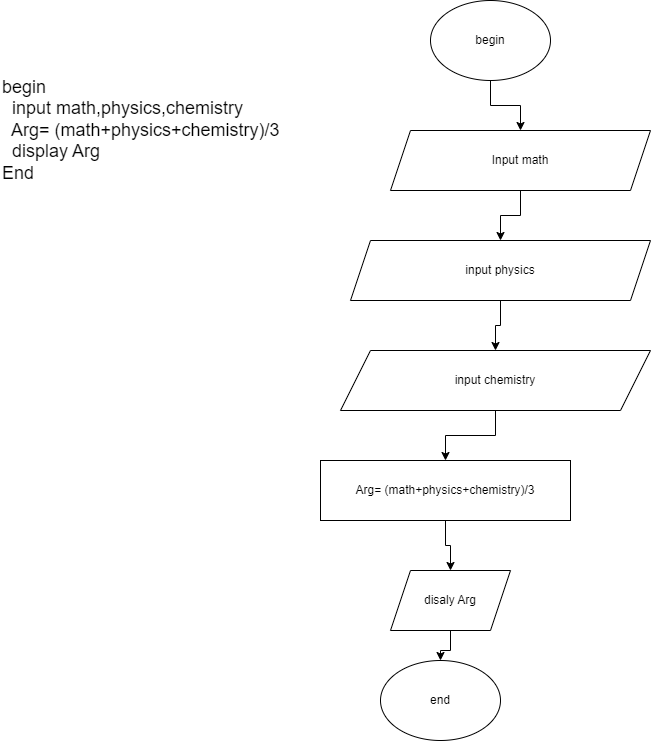
The draw.io diagram Biểu đồ không có tiêu đề.drawio.png in anhtoan1210/lequangtoan, before a commit. Source tidied: cells renumbered, new cells last; positions are measured from the earlier drawing's top-left corner, leaving out a move shared by most shapes.
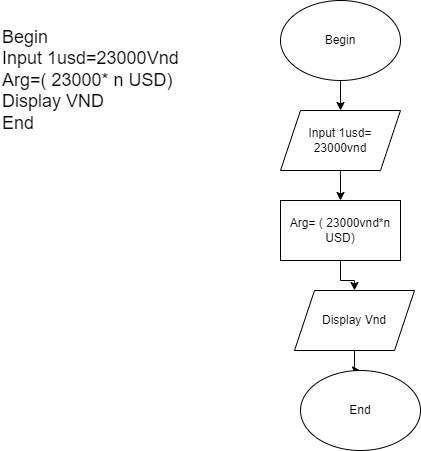
The same diagram one commit later.

Commit message:
bai tap quy doi tien te

What changed in the source:
```diff
@@ -2,47 +2,35 @@
   <root>
     <mxCell id="0" />
     <mxCell id="1" parent="0" />
-    <mxCell id="2" style="edgeStyle=orthogonalEdgeStyle;rounded=0;jettySize=auto;html=1;" parent="1" edge="1" source="3" target="5">
-      <mxGeometry relative="1" as="geometry" />
-    </mxCell>
-    <mxCell id="3" value="begin" style="ellipse;whiteSpace=wrap;html=1;" parent="1" vertex="1">
-      <mxGeometry x="430" width="120" height="80" as="geometry" />
-    </mxCell>
-    <mxCell id="4" style="edgeStyle=orthogonalEdgeStyle;rounded=0;jettySize=auto;html=1;" parent="1" edge="1" source="5" target="7">
-      <mxGeometry relative="1" as="geometry" />
-    </mxCell>
-    <mxCell id="5" value="Input math" style="shape=parallelogram;perimeter=parallelogramPerimeter;whiteSpace=wrap;html=1;fixedSize=1;size=20;" parent="1" vertex="1">
-      <mxGeometry x="390" y="130" width="260" height="60" as="geometry" />
-    </mxCell>
-    <mxCell id="6" style="edgeStyle=orthogonalEdgeStyle;rounded=0;jettySize=auto;html=1;" parent="1" edge="1" source="7" target="9">
-      <mxGeometry relative="1" as="geometry" />
-    </mxCell>
-    <mxCell id="7" value="input physics" style="shape=parallelogram;perimeter=parallelogramPerimeter;whiteSpace=wrap;html=1;fixedSize=1;" parent="1" vertex="1">
-      <mxGeometry x="350" y="240" width="300" height="60" as="geometry" />
-    </mxCell>
-    <mxCell id="8" style="edgeStyle=orthogonalEdgeStyle;rounded=0;jettySize=auto;html=1;" parent="1" edge="1" source="9" target="11">
-      <mxGeometry relative="1" as="geometry" />
-    </mxCell>
-    <mxCell id="9" value="input chemistry" style="shape=parallelogram;perimeter=parallelogramPerimeter;whiteSpace=wrap;html=1;fixedSize=1;size=30;" parent="1" vertex="1">
-      <mxGeometry x="340" y="350" width="310" height="60" as="geometry" />
-    </mxCell>
-    <mxCell id="10" style="edgeStyle=orthogonalEdgeStyle;rounded=0;jettySize=auto;html=1;" parent="1" edge="1" source="11" target="13">
-      <mxGeometry relative="1" as="geometry" />
-    </mxCell>
-    <mxCell id="11" value="Arg= (math+physics+chemistry)/3" style="whiteSpace=wrap;html=1;" parent="1" vertex="1">
-      <mxGeometry x="320" y="460" width="250" height="60" as="geometry" />
-    </mxCell>
-    <mxCell id="12" style="edgeStyle=orthogonalEdgeStyle;rounded=0;jettySize=auto;html=1;" parent="1" edge="1" source="13" target="14">
-      <mxGeometry relative="1" as="geometry" />
-    </mxCell>
-    <mxCell id="13" value="disaly Arg" style="shape=parallelogram;perimeter=parallelogramPerimeter;whiteSpace=wrap;html=1;fixedSize=1;size=20;" parent="1" vertex="1">
-      <mxGeometry x="390" y="570" width="120" height="60" as="geometry" />
-    </mxCell>
-    <mxCell id="14" value="end" style="ellipse;whiteSpace=wrap;html=1;" parent="1" vertex="1">
-      <mxGeometry x="380" y="660" width="120" height="80" as="geometry" />
-    </mxCell>
-    <mxCell id="15" value="&lt;font style=&quot;font-size: 18px;&quot;&gt;begin&lt;br&gt;&amp;nbsp; input math,physics,chemistry&lt;br&gt;&amp;nbsp; Arg= (math+physics+chemistry)/3&lt;br&gt;&amp;nbsp; display Arg&lt;br&gt;End&lt;/font&gt;" style="text;html=1;align=left;verticalAlign=middle;strokeColor=none;fillColor=none;" parent="1" vertex="1">
-      <mxGeometry y="70" width="300" height="120" as="geometry" />
-    </mxCell>
+    <mxCell id="16" style="edgeStyle=orthogonalEdgeStyle;rounded=0;jettySize=auto;html=1;" parent="1" edge="1" source="17" target="19">
+      <mxGeometry relative="1" as="geometry" />
+    </mxCell>
+    <mxCell id="17" value="Begin" style="ellipse;whiteSpace=wrap;html=1;" parent="1" vertex="1">
+      <mxGeometry x="1200" y="1090" width="120" height="80" as="geometry" />
+    </mxCell>
+    <mxCell id="18" style="edgeStyle=orthogonalEdgeStyle;rounded=0;jettySize=auto;html=1;" parent="1" edge="1" source="19" target="21">
+      <mxGeometry relative="1" as="geometry" />
+    </mxCell>
+    <mxCell id="19" value="Input 1usd= 23000vnd" style="shape=parallelogram;perimeter=parallelogramPerimeter;whiteSpace=wrap;html=1;fixedSize=1;" parent="1" vertex="1">
+      <mxGeometry x="1200" y="1200" width="120" height="60" as="geometry" />
+    </mxCell>
+    <mxCell id="20" style="edgeStyle=orthogonalEdgeStyle;rounded=0;jettySize=auto;html=1;" parent="1" edge="1" source="21" target="23">
+      <mxGeometry relative="1" as="geometry" />
+    </mxCell>
+    <mxCell id="21" value="Arg= ( 23000vnd*n&lt;br&gt;USD)" style="whiteSpace=wrap;html=1;" parent="1" vertex="1">
+      <mxGeometry x="1200" y="1290" width="120" height="60" as="geometry" />
+    </mxCell>
+    <mxCell id="22" style="edgeStyle=orthogonalEdgeStyle;rounded=0;jettySize=auto;html=1;" parent="1" edge="1" source="23" target="24">
+      <mxGeometry relative="1" as="geometry" />
+    </mxCell>
+    <mxCell id="23" value="Display Vnd" style="shape=parallelogram;perimeter=parallelogramPerimeter;whiteSpace=wrap;html=1;fixedSize=1;" parent="1" vertex="1">
+      <mxGeometry x="1214" y="1380" width="120" height="60" as="geometry" />
+    </mxCell>
+    <mxCell id="24" value="End" style="ellipse;whiteSpace=wrap;html=1;" parent="1" vertex="1">
+      <mxGeometry x="1220" y="1460" width="120" height="80" as="geometry" />
+    </mxCell>
+    <mxCell id="25" value="&lt;font style=&quot;font-size: 18px;&quot;&gt;Begin&lt;br&gt;Input 1usd=23000Vnd&lt;br&gt;Arg=( 23000* n USD)&lt;br&gt;Display VND&lt;br&gt;End&lt;/font&gt;" style="text;html=1;align=left;verticalAlign=middle;strokeColor=none;fillColor=none;" parent="1" vertex="1">
+      <mxGeometry x="920" y="1110" width="200" height="120" as="geometry" />
+    </mxCell>
   </root>
 </mxGraphModel>
```
